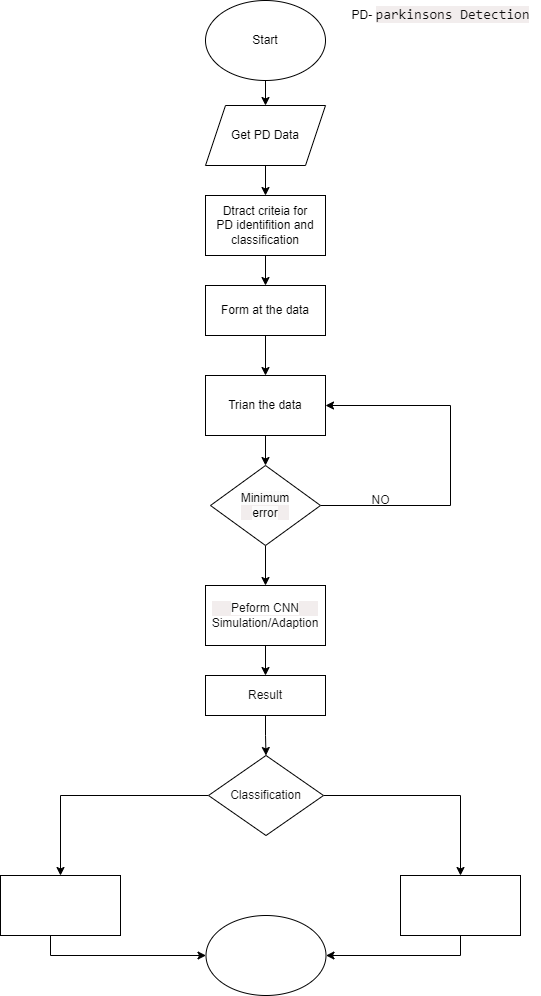
thesourabhk/finalYearProject keeps this draw.io diagram as perkinson Diagram.drawio.png. Above is the earlier version. Source tidied: cells renumbered, new cells last; positions are measured from the earlier drawing's top-left corner, leaving out a move shared by most shapes.
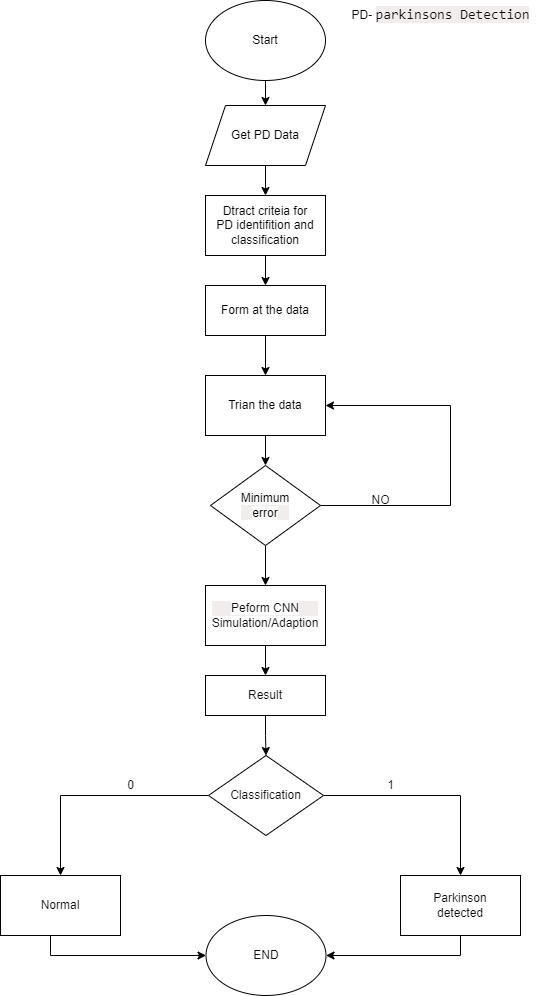
The same file after the commit.

The edit, as a diff of the source:
```diff
@@ -88,7 +88,7 @@
         </Array>
       </mxGeometry>
     </mxCell>
-    <mxCell id="25" style="rounded=0;whiteSpace=wrap;html=1;labelBackgroundColor=#FFFFFF;fontColor=#0d0d0d;" parent="1" vertex="1">
+    <mxCell id="25" value="Parkinson&lt;br&gt;detected" style="rounded=0;whiteSpace=wrap;html=1;labelBackgroundColor=#FFFFFF;fontColor=#0d0d0d;" parent="1" vertex="1">
       <mxGeometry x="400" y="875" width="120" height="60" as="geometry" />
     </mxCell>
     <mxCell id="26" style="edgeStyle=orthogonalEdgeStyle;rounded=0;jettySize=auto;html=1;fontColor=#0d0d0d;entryX=0;entryY=0.5;entryDx=0;entryDy=0;" parent="1" edge="1" source="27" target="28">
@@ -98,11 +98,17 @@
         </Array>
       </mxGeometry>
     </mxCell>
-    <mxCell id="27" style="rounded=0;whiteSpace=wrap;html=1;labelBackgroundColor=#FFFFFF;fontColor=#0d0d0d;" parent="1" vertex="1">
+    <mxCell id="27" value="Normal" style="rounded=0;whiteSpace=wrap;html=1;labelBackgroundColor=#FFFFFF;fontColor=#0d0d0d;" parent="1" vertex="1">
       <mxGeometry y="875" width="120" height="60" as="geometry" />
     </mxCell>
-    <mxCell id="28" style="ellipse;whiteSpace=wrap;html=1;labelBackgroundColor=#FFFFFF;fontColor=#0d0d0d;" parent="1" vertex="1">
+    <mxCell id="28" value="END" style="ellipse;whiteSpace=wrap;html=1;labelBackgroundColor=#FFFFFF;fontColor=#0d0d0d;" parent="1" vertex="1">
       <mxGeometry x="205.5" y="915" width="120" height="80" as="geometry" />
     </mxCell>
+    <mxCell id="29" value="0" style="text;html=1;align=center;verticalAlign=middle;strokeColor=none;fillColor=none;fontColor=#0d0d0d;" parent="1" vertex="1">
+      <mxGeometry x="115" y="770" width="30" height="30" as="geometry" />
+    </mxCell>
+    <mxCell id="30" value="1" style="text;html=1;align=center;verticalAlign=middle;strokeColor=none;fillColor=none;fontColor=#0d0d0d;" parent="1" vertex="1">
+      <mxGeometry x="375" y="770" width="30" height="30" as="geometry" />
+    </mxCell>
   </root>
 </mxGraphModel>
```
